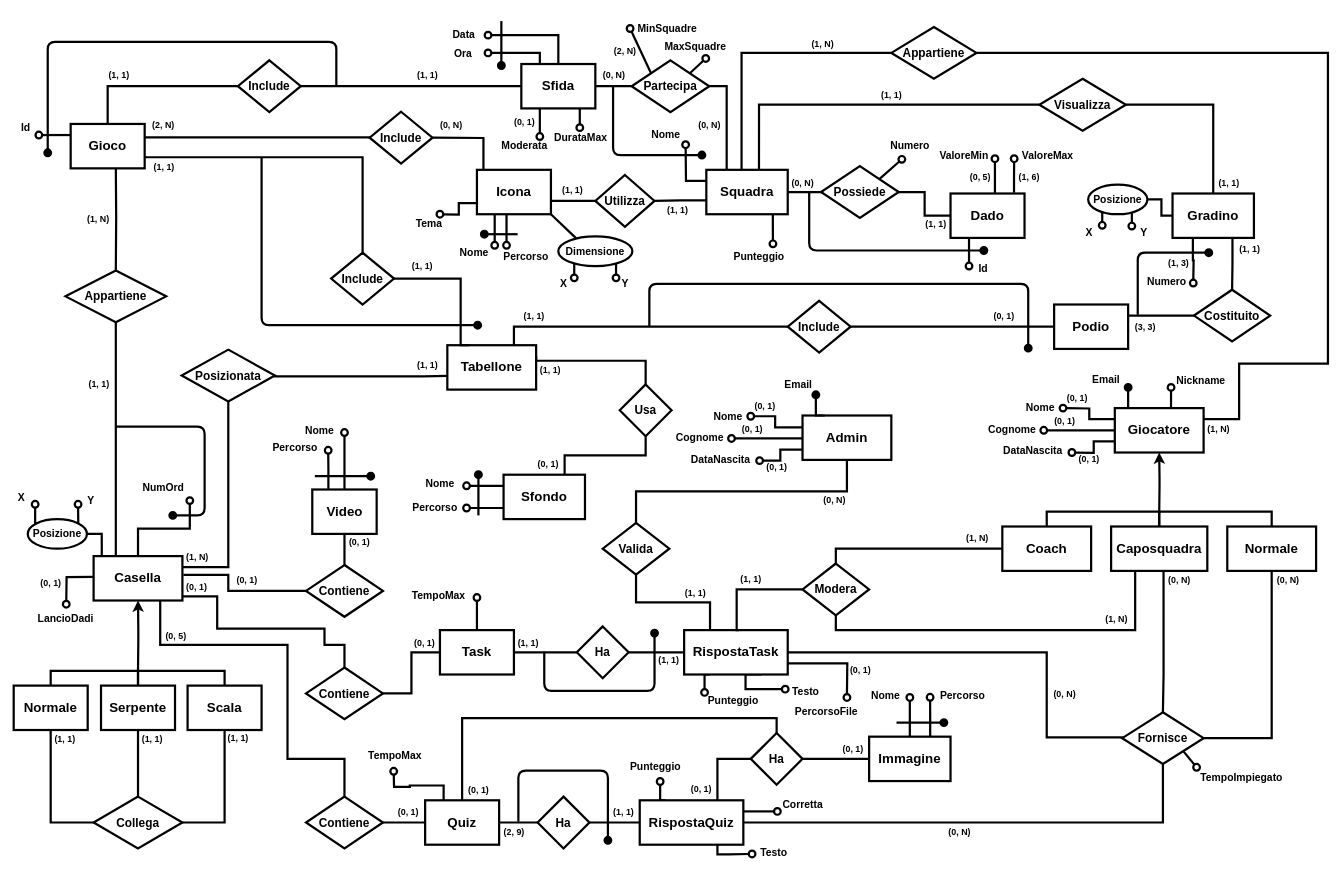
The draw.io diagram Progetto concettuale/Schema ER.drawio in lorenzobilli/BD-project, before the edit. Source tidied: cells renumbered, new cells numbered last; positions are measured from the earlier drawing's top-left corner, leaving out a move shared by most shapes. Both pictures are drawn from the tidied source at 74%, with x=0, y=0 at pixel (13, 20).
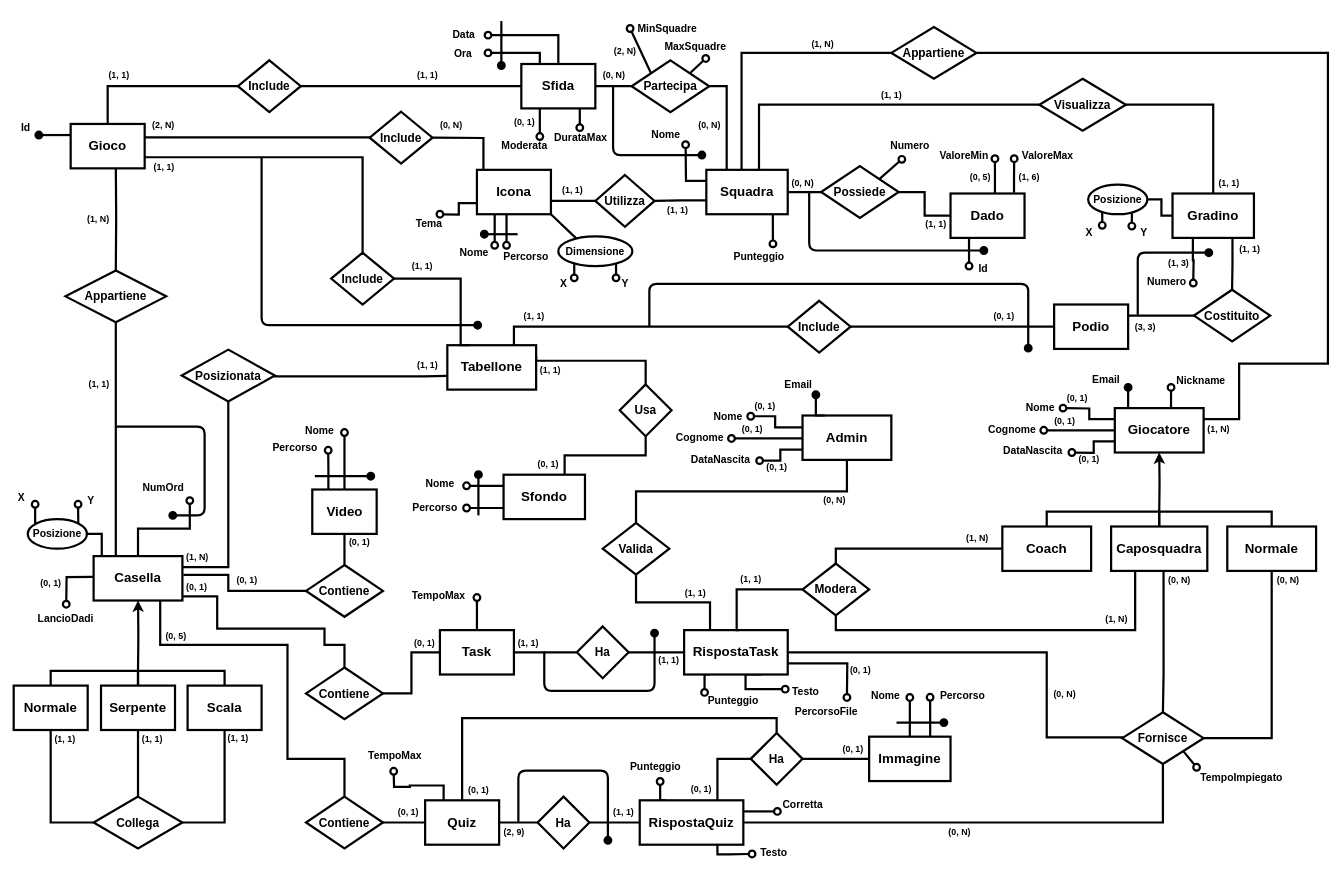
After the change.

Commit message (it also covers changes not shown here):
Primary key changed for "Gioco" entity

The change refers to these unchanged cells:
```xml
<mxCell id="6" value="Gioco" style="rounded=0;whiteSpace=wrap;html=1;strokeWidth=3;fontSize=18;shadow=0;fontStyle=1;" parent="1" vertex="1">
  <mxGeometry x="77" y="140" width="100" height="60" as="geometry" />
</mxCell>
```

The edit, as a diff of the source:
```diff
@@
-    <mxCell id="5" style="rounded=0;jettySize=auto;html=1;exitX=0;exitY=0.25;exitDx=0;exitDy=0;endArrow=oval;endFill=0;strokeWidth=3;edgeStyle=orthogonalEdgeStyle;shadow=0;endSize=9;fontStyle=1;" parent="1" edge="1" source="6">
+    <mxCell id="5" style="rounded=0;jettySize=auto;html=1;exitX=0;exitY=0.25;exitDx=0;exitDy=0;endArrow=oval;endFill=1;strokeWidth=3;edgeStyle=orthogonalEdgeStyle;shadow=0;endSize=9;fontStyle=1;" parent="1" edge="1" source="6">
       <mxGeometry relative="1" as="geometry">
         <mxPoint x="34" y="155" as="targetPoint" />
       </mxGeometry>
     </mxCell>
@@
-    <mxCell id="169" style="endArrow=none;html=1;edgeStyle=elbowEdgeStyle;elbow=vertical;startArrow=oval;startFill=1;strokeWidth=3;shadow=0;endSize=9;startSize=9;fontStyle=1;" parent="1" edge="1">
-      <mxGeometry relative="1" as="geometry">
-        <mxPoint x="46" y="179" as="sourcePoint" />
-        <mxPoint x="436" y="89" as="targetPoint" />
-        <Array as="points">
-          <mxPoint x="136" y="29" />
-        </Array>
-      </mxGeometry>
-    </mxCell>
```
